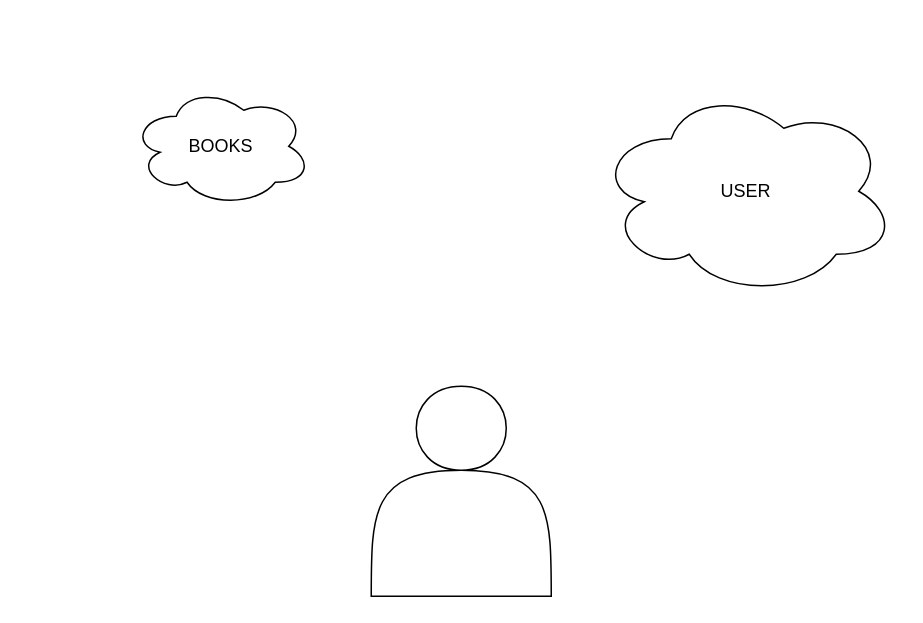
hsntrk/BE16-DBDev-DAY1-Hasan-Mohamad keeps this draw.io diagram as Hasan/ex1_home_library.drawio. Above is the earlier version. Source tidied: cells renumbered, new cells numbered last; positions are measured from the earlier drawing's top-left corner, leaving out a move shared by most shapes. Both pictures are drawn from the tidied source at 150%, with x=0, y=0 at pixel (130, 86).
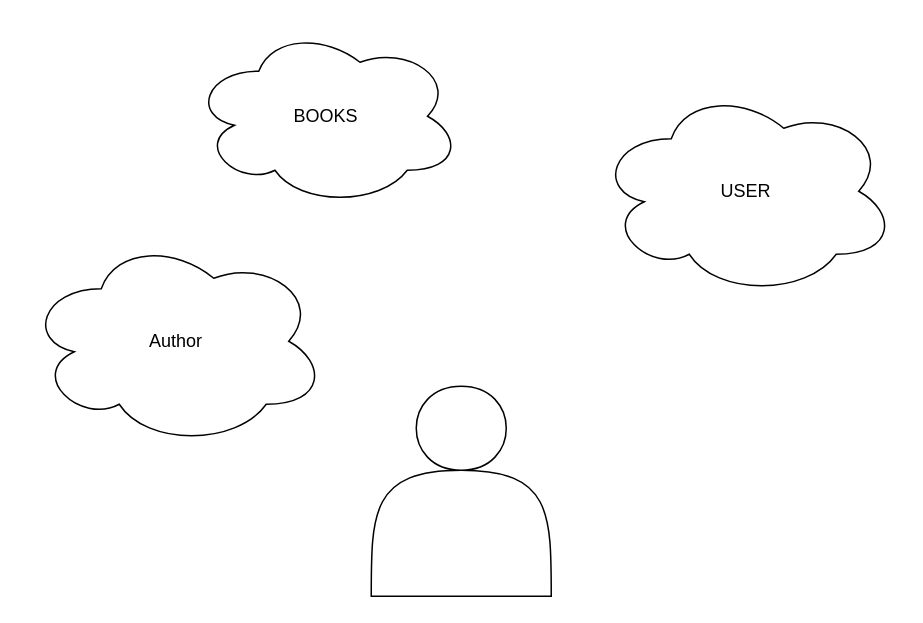
After the change.

Commit message (it also covers changes not shown here):
serri folder

Change to the diagram source:
```diff
@@
 <mxGraphModel>
   <root>
     <mxCell id="0" />
     <mxCell id="1" parent="0" />
     <mxCell id="2" style="shape=actor;whiteSpace=wrap;html=1;" parent="1" vertex="1">
       <mxGeometry x="160" y="200" width="120" height="140" as="geometry" />
     </mxCell>
     <mxCell id="3" value="USER" style="ellipse;shape=cloud;whiteSpace=wrap;html=1;" parent="1" vertex="1">
       <mxGeometry x="310" width="200" height="140" as="geometry" />
     </mxCell>
     <mxCell id="4" value="BOOKS" style="ellipse;shape=cloud;whiteSpace=wrap;html=1;" parent="1" vertex="1">
-      <mxGeometry width="120" height="80" as="geometry" />
+      <mxGeometry x="40" y="-40" width="180" height="120" as="geometry" />
     </mxCell>
+    <mxCell id="5" value="Author" style="ellipse;shape=cloud;whiteSpace=wrap;html=1;" parent="1" vertex="1">
+      <mxGeometry x="-70" y="100" width="200" height="140" as="geometry" />
+    </mxCell>
   </root>
 </mxGraphModel>
```
